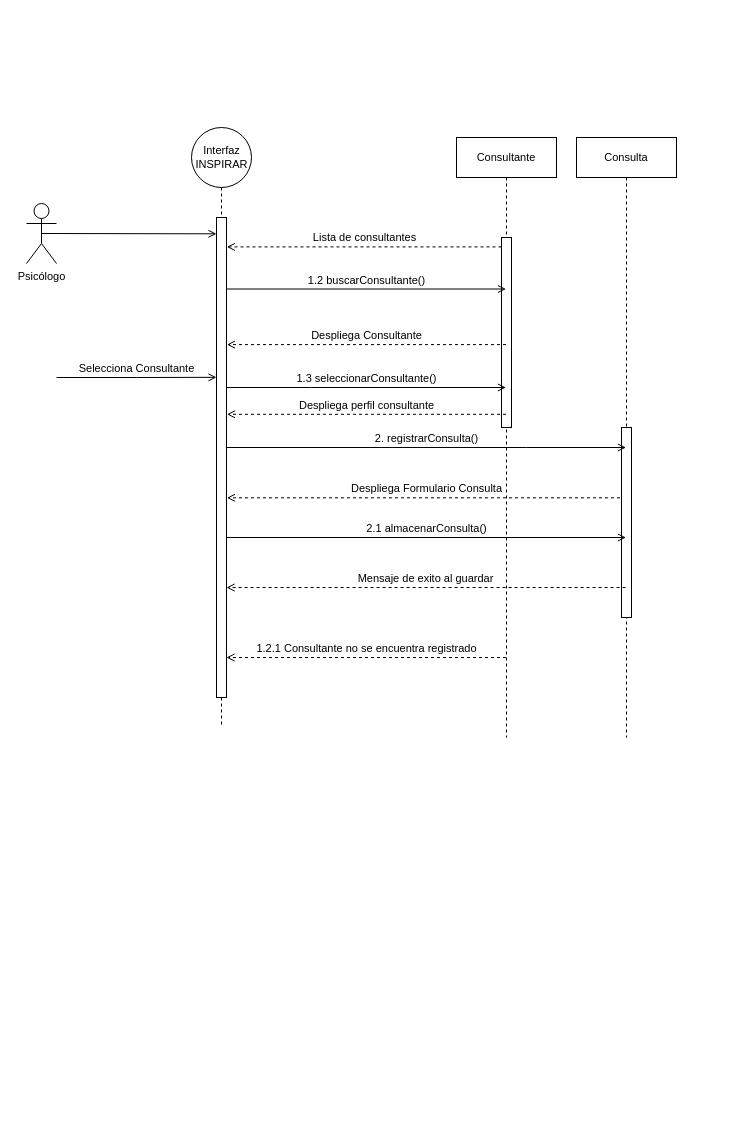
Earlier version of the draw.io diagram page "D. Secuencia" (8 of 8) of Diagramas/Untitled Diagram.drawio (barloff2/Diagramas). Source tidied: cells renumbered, new cells numbered last; positions are measured from the earlier drawing's top-left corner, leaving out a move shared by most shapes. Both pictures are drawn from the tidied source at 100%, with x=0, y=0 at pixel (26, 127).
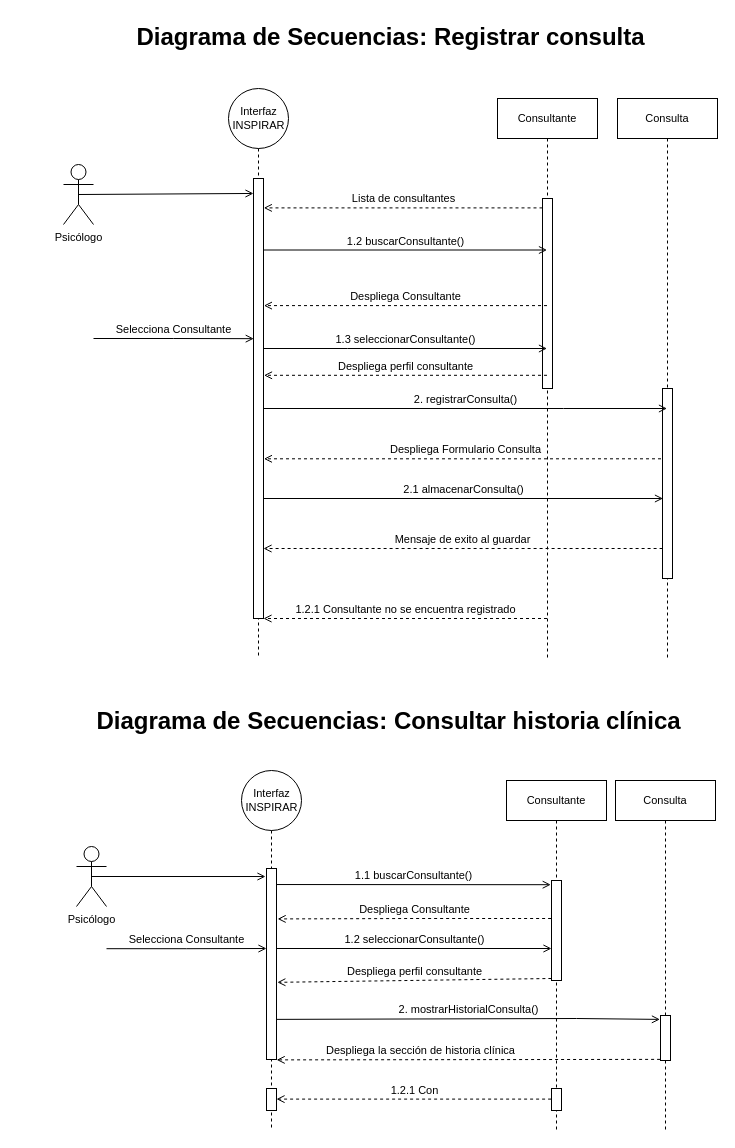
Above is the later version.

Unchanged cells that the change refers to:
```xml
<mxCell id="4" style="html=1;points=[];perimeter=orthogonalPerimeter;labelBackgroundColor=none;fontSize=11;" parent="3" vertex="1">
  <mxGeometry x="45" y="100" width="10" height="190" as="geometry" />
</mxCell>
<mxCell id="6" value="&lt;div&gt;Interfaz&lt;/div&gt;&lt;div&gt;INSPIRAR&lt;br&gt;&lt;/div&gt;" style="ellipse;html=1;labelBackgroundColor=none;fontSize=11;align=center;verticalAlign=middle;" parent="5" vertex="1">
  <mxGeometry x="-5" y="-10" width="60" height="60" as="geometry" />
</mxCell>
```

Diff of the diagram source:
```diff
@@
     <mxCell id="2" value="Psicólogo" style="shape=umlActor;verticalLabelPosition=bottom;verticalAlign=top;html=1;outlineConnect=0;labelBackgroundColor=none;fontSize=11;" parent="1" vertex="1">
-      <mxGeometry y="76" width="30" height="60" as="geometry" />
+      <mxGeometry x="37" y="37" width="30" height="60" as="geometry" />
     </mxCell>
     <mxCell id="3" value="Consultante" style="shape=umlLifeline;perimeter=lifelinePerimeter;whiteSpace=wrap;html=1;outlineConnect=0;labelBackgroundColor=none;fontSize=11;rounded=0;" parent="1" vertex="1">
-      <mxGeometry x="430" y="10" width="100" height="600" as="geometry" />
+      <mxGeometry x="471" y="-29" width="100" height="560" as="geometry" />
     </mxCell>
@@
     <mxCell id="5" style="group;" parent="1" vertex="1">
-      <mxGeometry x="170" y="10" width="60" height="560" as="geometry" />
+      <mxGeometry x="207" y="-29" width="60" height="560" as="geometry" />
     </mxCell>
@@
     <mxCell id="7" style="endArrow=none;html=1;rounded=0;align=center;verticalAlign=top;endFill=0;labelBackgroundColor=none;endSize=6;fontSize=11;dashed=1;exitX=0.5;exitY=1;exitDx=0;exitDy=0;" parent="5" edge="1" source="6">
       <mxGeometry relative="1" as="geometry">
-        <mxPoint x="25" y="590" as="targetPoint" />
+        <mxPoint x="25" y="560" as="targetPoint" />
       </mxGeometry>
     </mxCell>
     <mxCell id="8" style="html=1;points=[];perimeter=orthogonalPerimeter;labelBackgroundColor=none;fontSize=11;" parent="5" vertex="1">
-      <mxGeometry x="20" y="80" width="10" height="480" as="geometry" />
+      <mxGeometry x="20" y="80" width="10" height="440" as="geometry" />
     </mxCell>
@@
     <mxCell id="10" value="Despliega Formulario Consulta" style="html=1;verticalAlign=bottom;labelBackgroundColor=none;endArrow=open;endFill=0;dashed=1;rounded=0;fontSize=11;entryX=1.044;entryY=0.907;entryDx=0;entryDy=0;entryPerimeter=0;" parent="1" edge="1" source="11">
       <mxGeometry relative="1" as="geometry">
-        <mxPoint x="200.4" y="370.3" as="targetPoint" />
+        <mxPoint x="237.4" y="331.3" as="targetPoint" />
       </mxGeometry>
     </mxCell>
     <mxCell id="11" value="Consulta" style="shape=umlLifeline;perimeter=lifelinePerimeter;whiteSpace=wrap;html=1;outlineConnect=0;labelBackgroundColor=none;fontSize=11;" parent="1" vertex="1">
-      <mxGeometry x="550" y="10" width="100" height="600" as="geometry" />
+      <mxGeometry x="591" y="-29" width="100" height="560" as="geometry" />
     </mxCell>
@@
     <mxCell id="13" value="1.2 buscarConsultante()" style="html=1;verticalAlign=bottom;labelBackgroundColor=none;endArrow=open;endFill=0;rounded=0;fontSize=11;exitX=1.016;exitY=0.212;exitDx=0;exitDy=0;exitPerimeter=0;" parent="1" edge="1" target="3">
       <mxGeometry relative="1" as="geometry">
-        <mxPoint x="200.2" y="161.5" as="sourcePoint" />
+        <mxPoint x="237.2" y="122.5" as="sourcePoint" />
       </mxGeometry>
     </mxCell>
     <mxCell id="14" value="Lista de consultantes" style="html=1;verticalAlign=bottom;labelBackgroundColor=none;endArrow=open;endFill=0;dashed=1;rounded=0;fontSize=11;entryX=1.035;entryY=0.072;entryDx=0;entryDy=0;entryPerimeter=0;" parent="1" edge="1" source="4">
       <mxGeometry relative="1" as="geometry">
-        <mxPoint x="200.3" y="119.4" as="targetPoint" />
+        <mxPoint x="237.3" y="80.4" as="targetPoint" />
       </mxGeometry>
     </mxCell>
-    <mxCell id="15" value="Selecciona Consultante" style="html=1;verticalAlign=bottom;labelBackgroundColor=none;endArrow=open;endFill=0;rounded=0;fontSize=11;entryX=0;entryY=0.333;entryDx=0;entryDy=0;entryPerimeter=0;" parent="1" edge="1" target="8">
+    <mxCell id="15" value="Selecciona Consultante" style="html=1;verticalAlign=bottom;labelBackgroundColor=none;endArrow=open;endFill=0;rounded=0;fontSize=11;entryX=0.026;entryY=0.364;entryDx=0;entryDy=0;entryPerimeter=0;" parent="1" edge="1" target="8">
       <mxGeometry relative="1" as="geometry">
-        <mxPoint x="30" y="250" as="sourcePoint" />
+        <mxPoint x="67" y="211" as="sourcePoint" />
         <Array as="points">
-          <mxPoint x="110" y="250" />
+          <mxPoint x="147" y="211" />
         </Array>
       </mxGeometry>
     </mxCell>
     <mxCell id="16" value="Despliega Consultante" style="html=1;verticalAlign=bottom;labelBackgroundColor=none;endArrow=open;endFill=0;dashed=1;rounded=0;fontSize=11;entryX=1.042;entryY=0.397;entryDx=0;entryDy=0;entryPerimeter=0;" parent="1" edge="1" source="3">
       <mxGeometry relative="1" as="geometry">
-        <mxPoint x="200.4" y="217.1" as="targetPoint" />
+        <mxPoint x="237.4" y="178.1" as="targetPoint" />
       </mxGeometry>
     </mxCell>
     <mxCell id="17" value="Despliega perfil consultante" style="html=1;verticalAlign=bottom;labelBackgroundColor=none;endArrow=open;endFill=0;dashed=1;rounded=0;fontSize=11;entryX=1.045;entryY=0.629;entryDx=0;entryDy=0;entryPerimeter=0;" parent="1" edge="1" source="3">
       <mxGeometry relative="1" as="geometry">
-        <mxPoint x="200.5" y="286.8" as="targetPoint" />
+        <mxPoint x="237.5" y="247.8" as="targetPoint" />
       </mxGeometry>
     </mxCell>
     <mxCell id="18" value="2. registrarConsulta()" style="html=1;verticalAlign=bottom;labelBackgroundColor=none;endArrow=open;endFill=0;rounded=0;fontSize=11;" parent="1" edge="1" source="8" target="11">
       <mxGeometry relative="1" as="geometry">
         <Array as="points">
-          <mxPoint x="500" y="320" />
+          <mxPoint x="537" y="281" />
         </Array>
       </mxGeometry>
     </mxCell>
     <mxCell id="19" value="2.1 almacenarConsulta()" style="html=1;verticalAlign=bottom;labelBackgroundColor=none;endArrow=open;endFill=0;rounded=0;fontSize=11;" parent="1" edge="1">
       <mxGeometry relative="1" as="geometry">
-        <mxPoint x="200" y="410" as="sourcePoint" />
-        <mxPoint x="599.5" y="410" as="targetPoint" />
+        <mxPoint x="237" y="371" as="sourcePoint" />
+        <mxPoint x="636.5" y="371" as="targetPoint" />
       </mxGeometry>
     </mxCell>
     <mxCell id="20" value="Mensaje de exito al guardar" style="html=1;verticalAlign=bottom;labelBackgroundColor=none;endArrow=open;endFill=0;dashed=1;rounded=0;fontSize=11;entryX=1.044;entryY=0.907;entryDx=0;entryDy=0;entryPerimeter=0;" parent="1" edge="1">
       <mxGeometry relative="1" as="geometry">
-        <mxPoint x="599.1" y="460" as="sourcePoint" />
-        <mxPoint x="200" y="460" as="targetPoint" />
+        <mxPoint x="636.1" y="421" as="sourcePoint" />
+        <mxPoint x="237" y="421" as="targetPoint" />
       </mxGeometry>
     </mxCell>
     <mxCell id="21" value="1.2.1 Consultante no se encuentra registrado" style="html=1;verticalAlign=bottom;labelBackgroundColor=none;endArrow=open;endFill=0;dashed=1;rounded=0;fontSize=11;" parent="1" edge="1" source="3" target="8">
       <mxGeometry relative="1" as="geometry">
         <Array as="points">
-          <mxPoint x="270" y="530" />
+          <mxPoint x="307" y="491" />
         </Array>
       </mxGeometry>
     </mxCell>
     <mxCell id="22" value="1.3 seleccionarConsultante()" style="html=1;verticalAlign=bottom;labelBackgroundColor=none;endArrow=open;endFill=0;rounded=0;fontSize=11;" parent="1" edge="1" source="8" target="3">
       <mxGeometry relative="1" as="geometry">
         <Array as="points">
-          <mxPoint x="284" y="260" />
+          <mxPoint x="321" y="221" />
         </Array>
       </mxGeometry>
     </mxCell>
+    <mxCell id="23" value="Diagrama de Secuencias: Registrar consulta" style="text;strokeColor=none;fillColor=none;html=1;fontSize=24;fontStyle=1;verticalAlign=middle;align=center;" parent="1" vertex="1">
+      <mxGeometry x="104" y="-110" width="520" height="40" as="geometry" />
+    </mxCell>
+    <mxCell id="24" value="Diagrama de Secuencias: Consultar historia clínica" style="text;strokeColor=none;fillColor=none;html=1;fontSize=24;fontStyle=1;verticalAlign=middle;align=center;" parent="1" vertex="1">
+      <mxGeometry x="70" y="574" width="583" height="40" as="geometry" />
+    </mxCell>
+    <mxCell id="25" value="Psicólogo" style="shape=umlActor;verticalLabelPosition=bottom;verticalAlign=top;html=1;outlineConnect=0;labelBackgroundColor=none;fontSize=11;" parent="1" vertex="1">
+      <mxGeometry x="50" y="719" width="30" height="60" as="geometry" />
+    </mxCell>
+    <mxCell id="26" value="Consultante" style="shape=umlLifeline;perimeter=lifelinePerimeter;whiteSpace=wrap;html=1;labelBackgroundColor=none;fontSize=11;rounded=0;" parent="1" vertex="1">
+      <mxGeometry x="480" y="653" width="100" height="349" as="geometry" />
+    </mxCell>
+    <mxCell id="27" style="html=1;points=[];perimeter=orthogonalPerimeter;labelBackgroundColor=none;fontSize=11;" parent="26" vertex="1">
+      <mxGeometry x="45" y="100" width="10" height="100" as="geometry" />
+    </mxCell>
+    <mxCell id="28" style="html=1;perimeter=orthogonalPerimeter;labelBackgroundColor=none;fontSize=11;" parent="26" vertex="1">
+      <mxGeometry x="45" y="308" width="10" height="22" as="geometry" />
+    </mxCell>
+    <mxCell id="29" value="&lt;div&gt;Interfaz&lt;/div&gt;&lt;div&gt;INSPIRAR&lt;br&gt;&lt;/div&gt;" style="ellipse;html=1;labelBackgroundColor=none;fontSize=11;align=center;verticalAlign=middle;" parent="1" vertex="1">
+      <mxGeometry x="215" y="643" width="60" height="60" as="geometry" />
+    </mxCell>
+    <mxCell id="30" style="endArrow=none;html=1;rounded=0;align=center;verticalAlign=top;endFill=0;labelBackgroundColor=none;endSize=6;fontSize=11;dashed=1;exitX=0.5;exitY=1;exitDx=0;exitDy=0;" parent="1" edge="1" source="29">
+      <mxGeometry relative="1" as="geometry">
+        <mxPoint x="245" y="1002" as="targetPoint" />
+      </mxGeometry>
+    </mxCell>
+    <mxCell id="31" style="html=1;points=[];perimeter=orthogonalPerimeter;labelBackgroundColor=none;fontSize=11;" parent="1" vertex="1">
+      <mxGeometry x="240" y="741" width="10" height="191" as="geometry" />
+    </mxCell>
+    <mxCell id="32" style="html=1;verticalAlign=bottom;labelBackgroundColor=none;endArrow=open;endFill=0;rounded=0;fontSize=11;exitX=0.5;exitY=0.5;exitDx=0;exitDy=0;exitPerimeter=0;entryX=-0.1;entryY=0.042;entryDx=0;entryDy=0;entryPerimeter=0;" parent="1" edge="1" source="25" target="31">
+      <mxGeometry x="0.07" y="-145" relative="1" as="geometry" />
+    </mxCell>
+    <mxCell id="33" value="Despliega la sección de historia clínica" style="html=1;verticalAlign=bottom;labelBackgroundColor=none;endArrow=open;endFill=0;dashed=1;rounded=0;fontSize=11;entryX=1.016;entryY=1.002;entryDx=0;entryDy=0;entryPerimeter=0;exitX=-0.04;exitY=0.975;exitDx=0;exitDy=0;exitPerimeter=0;" parent="1" edge="1" source="35" target="31">
+      <mxGeometry x="0.25" relative="1" as="geometry" />
+    </mxCell>
+    <mxCell id="34" value="Consulta" style="shape=umlLifeline;perimeter=lifelinePerimeter;whiteSpace=wrap;html=1;labelBackgroundColor=none;fontSize=11;" parent="1" vertex="1">
+      <mxGeometry x="589" y="653" width="100" height="349" as="geometry" />
+    </mxCell>
+    <mxCell id="35" style="html=1;points=[];perimeter=orthogonalPerimeter;labelBackgroundColor=none;fontSize=11;" parent="34" vertex="1">
+      <mxGeometry x="45" y="235" width="10" height="45" as="geometry" />
+    </mxCell>
+    <mxCell id="36" value="1.1 buscarConsultante()" style="html=1;verticalAlign=bottom;labelBackgroundColor=none;endArrow=open;endFill=0;rounded=0;fontSize=11;entryX=-0.075;entryY=0.042;entryDx=0;entryDy=0;entryPerimeter=0;exitX=1.037;exitY=0.084;exitDx=0;exitDy=0;exitPerimeter=0;" parent="1" edge="1" source="31" target="27">
+      <mxGeometry relative="1" as="geometry" />
+    </mxCell>
+    <mxCell id="37" value="1.2 seleccionarConsultante()" style="html=1;verticalAlign=bottom;labelBackgroundColor=none;endArrow=open;endFill=0;rounded=0;fontSize=11;" parent="1" edge="1" target="27">
+      <mxGeometry relative="1" as="geometry">
+        <mxPoint x="250" y="821" as="sourcePoint" />
+      </mxGeometry>
+    </mxCell>
+    <mxCell id="38" value="Despliega Consultante" style="html=1;verticalAlign=bottom;labelBackgroundColor=none;endArrow=open;endFill=0;dashed=1;rounded=0;fontSize=11;entryX=1.111;entryY=0.264;entryDx=0;entryDy=0;entryPerimeter=0;exitX=-0.039;exitY=0.38;exitDx=0;exitDy=0;exitPerimeter=0;" parent="1" edge="1" source="27" target="31">
+      <mxGeometry relative="1" as="geometry">
+        <Array as="points">
+          <mxPoint x="388" y="791" />
+        </Array>
+      </mxGeometry>
+    </mxCell>
+    <mxCell id="39" value="Despliega perfil consultante" style="html=1;verticalAlign=bottom;labelBackgroundColor=none;endArrow=open;endFill=0;dashed=1;rounded=0;fontSize=11;entryX=1.084;entryY=0.596;entryDx=0;entryDy=0;entryPerimeter=0;exitX=-0.014;exitY=0.98;exitDx=0;exitDy=0;exitPerimeter=0;" parent="1" edge="1" source="27" target="31">
+      <mxGeometry relative="1" as="geometry" />
+    </mxCell>
+    <mxCell id="40" value="2. mostrarHistorialConsulta()" style="html=1;verticalAlign=bottom;labelBackgroundColor=none;endArrow=open;endFill=0;rounded=0;fontSize=11;entryX=-0.055;entryY=0.087;entryDx=0;entryDy=0;entryPerimeter=0;exitX=1.022;exitY=0.79;exitDx=0;exitDy=0;exitPerimeter=0;" parent="1" edge="1" source="31" target="35">
+      <mxGeometry relative="1" as="geometry">
+        <Array as="points">
+          <mxPoint x="550" y="891" />
+        </Array>
+      </mxGeometry>
+    </mxCell>
+    <mxCell id="41" value="Selecciona Consultante" style="html=1;verticalAlign=bottom;labelBackgroundColor=none;endArrow=open;endFill=0;rounded=0;fontSize=11;entryX=0;entryY=0.333;entryDx=0;entryDy=0;entryPerimeter=0;" parent="1" edge="1">
+      <mxGeometry relative="1" as="geometry">
+        <mxPoint x="80" y="821.2" as="sourcePoint" />
+        <mxPoint x="240" y="821" as="targetPoint" />
+        <Array as="points">
+          <mxPoint x="160" y="821.2" />
+        </Array>
+      </mxGeometry>
+    </mxCell>
+    <mxCell id="42" value="1.2.1 Con" style="html=1;verticalAlign=bottom;labelBackgroundColor=none;endArrow=open;endFill=0;dashed=1;rounded=0;fontSize=11;entryX=1.035;entryY=0.072;entryDx=0;entryDy=0;entryPerimeter=0;" parent="1" edge="1">
+      <mxGeometry relative="1" as="geometry">
+        <mxPoint x="524.6" y="971.6" as="sourcePoint" />
+        <mxPoint x="250" y="971.6" as="targetPoint" />
+      </mxGeometry>
+    </mxCell>
+    <mxCell id="43" style="html=1;perimeter=orthogonalPerimeter;labelBackgroundColor=none;fontSize=11;" parent="1" vertex="1">
+      <mxGeometry x="240" y="961" width="10" height="22" as="geometry" />
+    </mxCell>
```
